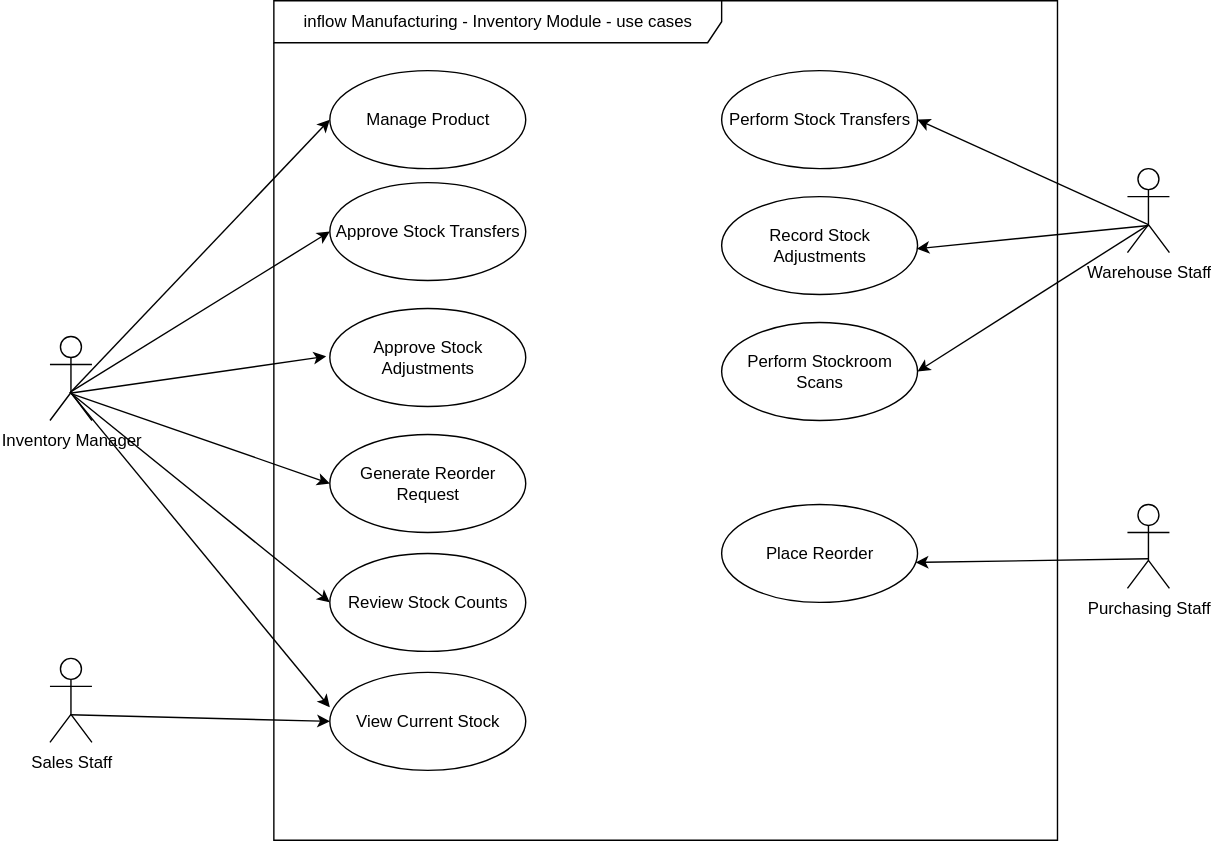
khoado-dev/YPP4-KhoaDo keeps this draw.io diagram as Document/inflowManufacturing/inFlowManufacturing_InventoryModule.drawio.svg. Above is the earlier version. Source tidied: cells renumbered, new cells last; positions are measured from the earlier drawing's top-left corner, leaving out a move shared by most shapes.
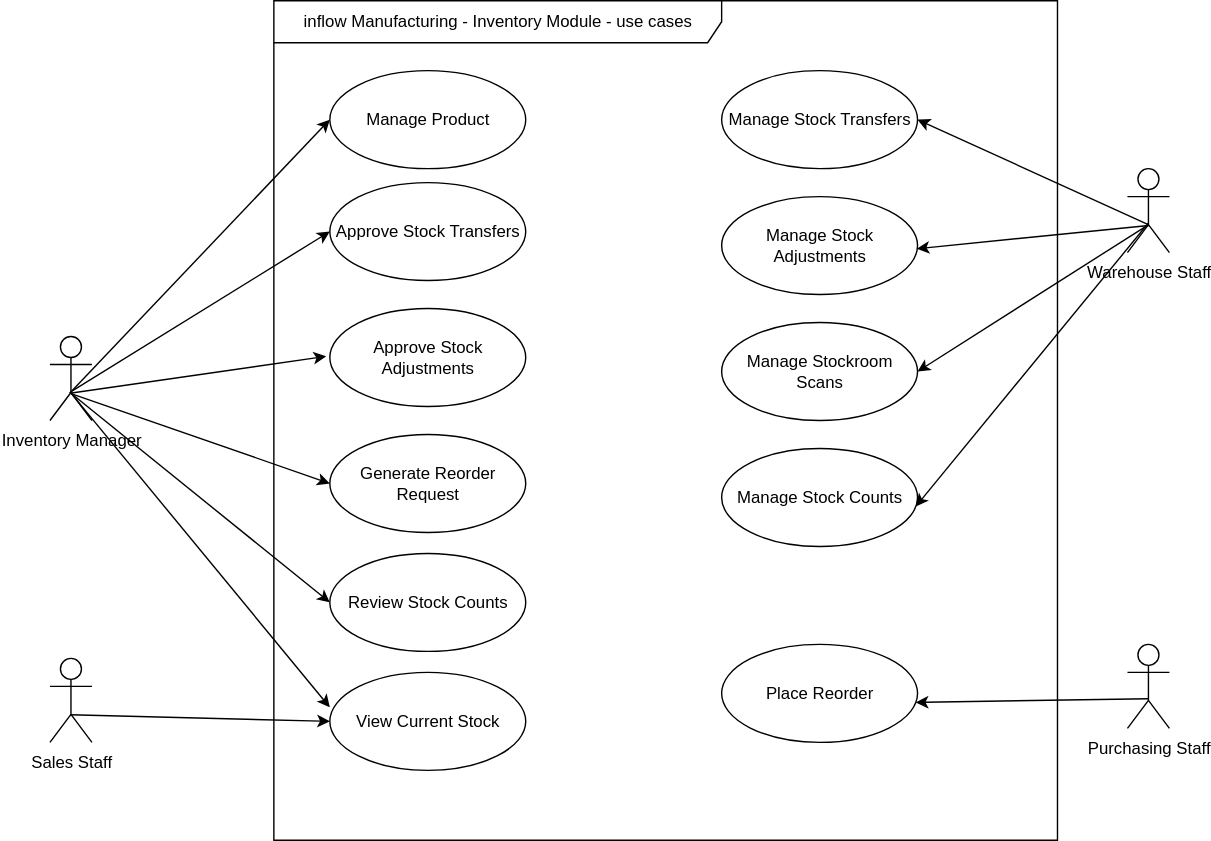
The same diagram one commit later.

Commit message:
modified: edit usecase and userstory of inventory module, change perform into manage usecase

The edit, as a diff of the source:
```diff
@@ -26,16 +26,16 @@
     <mxCell id="9" value="Warehouse Staff" style="shape=umlActor;verticalLabelPosition=bottom;verticalAlign=top;html=1;labelBackgroundColor=none;" parent="1" vertex="1">
       <mxGeometry x="770" y="120" width="30" height="60" as="geometry" />
     </mxCell>
-    <mxCell id="10" value="&lt;div&gt;Perform Stock Transfers&lt;/div&gt;" style="ellipse;whiteSpace=wrap;html=1;labelBackgroundColor=none;" parent="1" vertex="1">
+    <mxCell id="10" value="&lt;div&gt;Manage Stock Transfers&lt;/div&gt;" style="ellipse;whiteSpace=wrap;html=1;labelBackgroundColor=none;" parent="1" vertex="1">
       <mxGeometry x="480" y="50" width="140" height="70" as="geometry" />
     </mxCell>
     <mxCell id="11" value="&lt;div&gt;Generate Reorder Request&lt;/div&gt;" style="ellipse;whiteSpace=wrap;html=1;labelBackgroundColor=none;" parent="1" vertex="1">
       <mxGeometry x="200" y="310" width="140" height="70" as="geometry" />
     </mxCell>
-    <mxCell id="12" value="&lt;div&gt;Record Stock Adjustments&lt;/div&gt;" style="ellipse;whiteSpace=wrap;html=1;labelBackgroundColor=none;" parent="1" vertex="1">
+    <mxCell id="12" value="&lt;div&gt;Manage Stock Adjustments&lt;/div&gt;" style="ellipse;whiteSpace=wrap;html=1;labelBackgroundColor=none;" parent="1" vertex="1">
       <mxGeometry x="480" y="140" width="140" height="70" as="geometry" />
     </mxCell>
-    <mxCell id="13" value="&lt;div&gt;Perform Stockroom Scans&lt;/div&gt;" style="ellipse;whiteSpace=wrap;html=1;labelBackgroundColor=none;" parent="1" vertex="1">
+    <mxCell id="13" value="&lt;div&gt;Manage Stockroom Scans&lt;/div&gt;" style="ellipse;whiteSpace=wrap;html=1;labelBackgroundColor=none;" parent="1" vertex="1">
       <mxGeometry x="480" y="230" width="140" height="70" as="geometry" />
     </mxCell>
     <mxCell id="14" style="rounded=0;jettySize=auto;html=1;exitX=0.478;exitY=0.672;exitDx=0;exitDy=0;exitPerimeter=0;entryX=0;entryY=0.5;entryDx=0;entryDy=0;labelBackgroundColor=none;fontColor=default;" parent="1" edge="1" source="5" target="4">
@@ -63,13 +63,13 @@
       <mxGeometry relative="1" as="geometry" />
     </mxCell>
     <mxCell id="22" value="Purchasing Staff" style="shape=umlActor;verticalLabelPosition=bottom;verticalAlign=top;html=1;labelBackgroundColor=none;" parent="1" vertex="1">
-      <mxGeometry x="770" y="360" width="30" height="60" as="geometry" />
+      <mxGeometry x="770" y="460" width="30" height="60" as="geometry" />
     </mxCell>
     <mxCell id="23" style="rounded=0;jettySize=auto;html=1;entryX=0;entryY=0.357;entryDx=0;entryDy=0;entryPerimeter=0;exitX=0.501;exitY=0.674;exitDx=0;exitDy=0;exitPerimeter=0;labelBackgroundColor=none;fontColor=default;" parent="1" edge="1" source="3" target="4">
       <mxGeometry relative="1" as="geometry" />
     </mxCell>
     <mxCell id="24" value="&lt;div&gt;Place Reorder&lt;/div&gt;" style="ellipse;whiteSpace=wrap;html=1;labelBackgroundColor=none;" parent="1" vertex="1">
-      <mxGeometry x="480" y="360" width="140" height="70" as="geometry" />
+      <mxGeometry x="480" y="460" width="140" height="70" as="geometry" />
     </mxCell>
     <mxCell id="25" style="rounded=0;jettySize=auto;html=1;exitX=0.5;exitY=0.647;exitDx=0;exitDy=0;exitPerimeter=0;entryX=0.991;entryY=0.592;entryDx=0;entryDy=0;entryPerimeter=0;labelBackgroundColor=none;fontColor=default;" parent="1" edge="1" source="22" target="24">
       <mxGeometry relative="1" as="geometry" />
@@ -80,5 +80,11 @@
     <mxCell id="27" style="rounded=0;jettySize=auto;html=1;entryX=0;entryY=0.5;entryDx=0;entryDy=0;exitX=0.471;exitY=0.664;exitDx=0;exitDy=0;exitPerimeter=0;labelBackgroundColor=none;fontColor=default;" parent="1" edge="1" source="3" target="26">
       <mxGeometry relative="1" as="geometry" />
     </mxCell>
+    <mxCell id="28" value="&lt;div&gt;Manage Stock Counts&lt;/div&gt;" style="ellipse;whiteSpace=wrap;html=1;labelBackgroundColor=none;" parent="1" vertex="1">
+      <mxGeometry x="480" y="320" width="140" height="70" as="geometry" />
+    </mxCell>
+    <mxCell id="29" style="rounded=0;jettySize=auto;html=1;exitX=0.494;exitY=0.651;exitDx=0;exitDy=0;exitPerimeter=0;entryX=0.991;entryY=0.592;entryDx=0;entryDy=0;entryPerimeter=0;labelBackgroundColor=none;fontColor=default;" parent="1" edge="1" source="9" target="28">
+      <mxGeometry relative="1" as="geometry" />
+    </mxCell>
   </root>
 </mxGraphModel>
```
